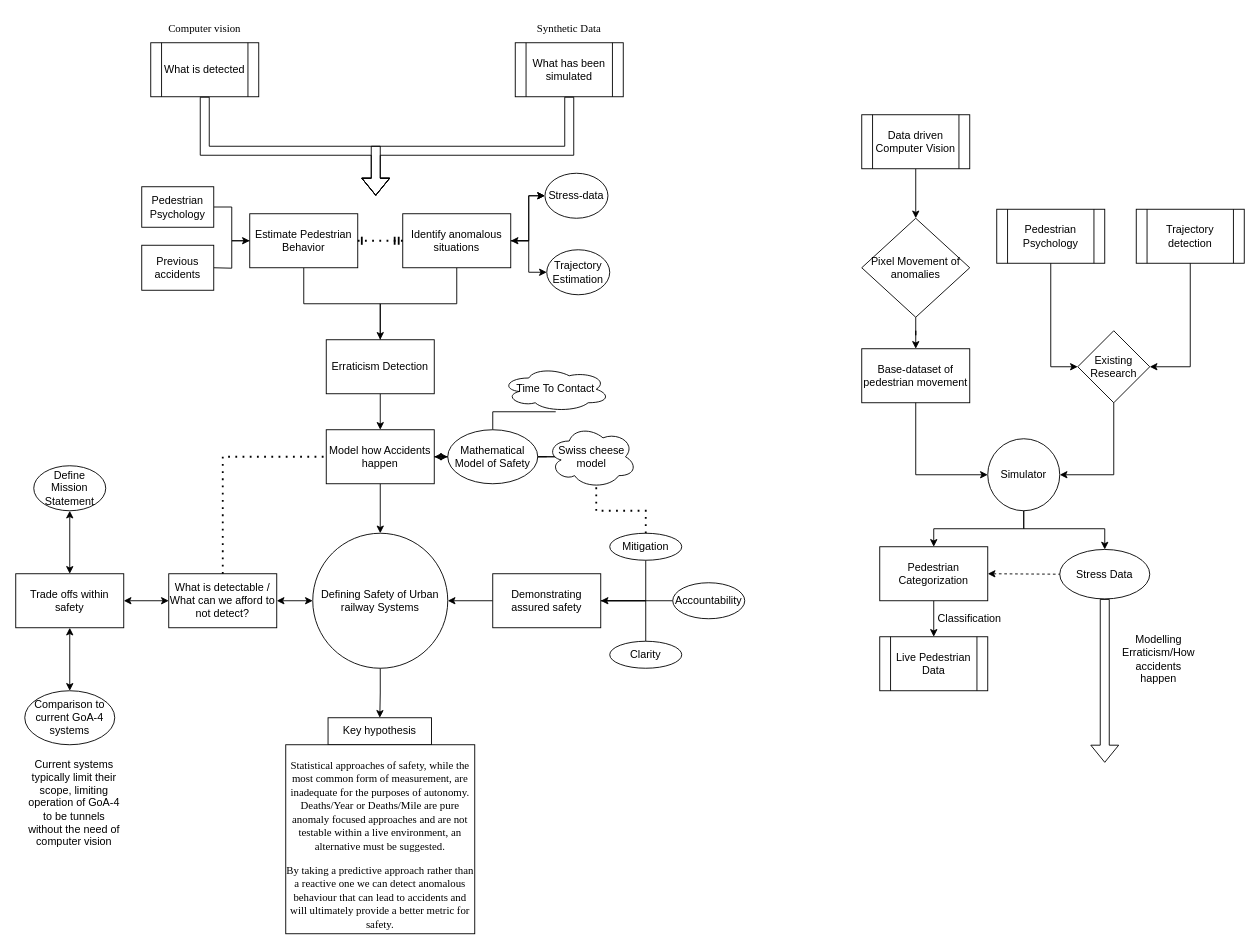
Earlier version of the draw.io diagram Untitled Diagram.drawio (TortoiseFather/SimpleRailwaySim). Source tidied: cells renumbered, new cells numbered last; positions are measured from the earlier drawing's top-left corner, leaving out a move shared by most shapes. Both pictures are drawn from the tidied source at 90%, with x=0, y=0 at pixel (15, 15).
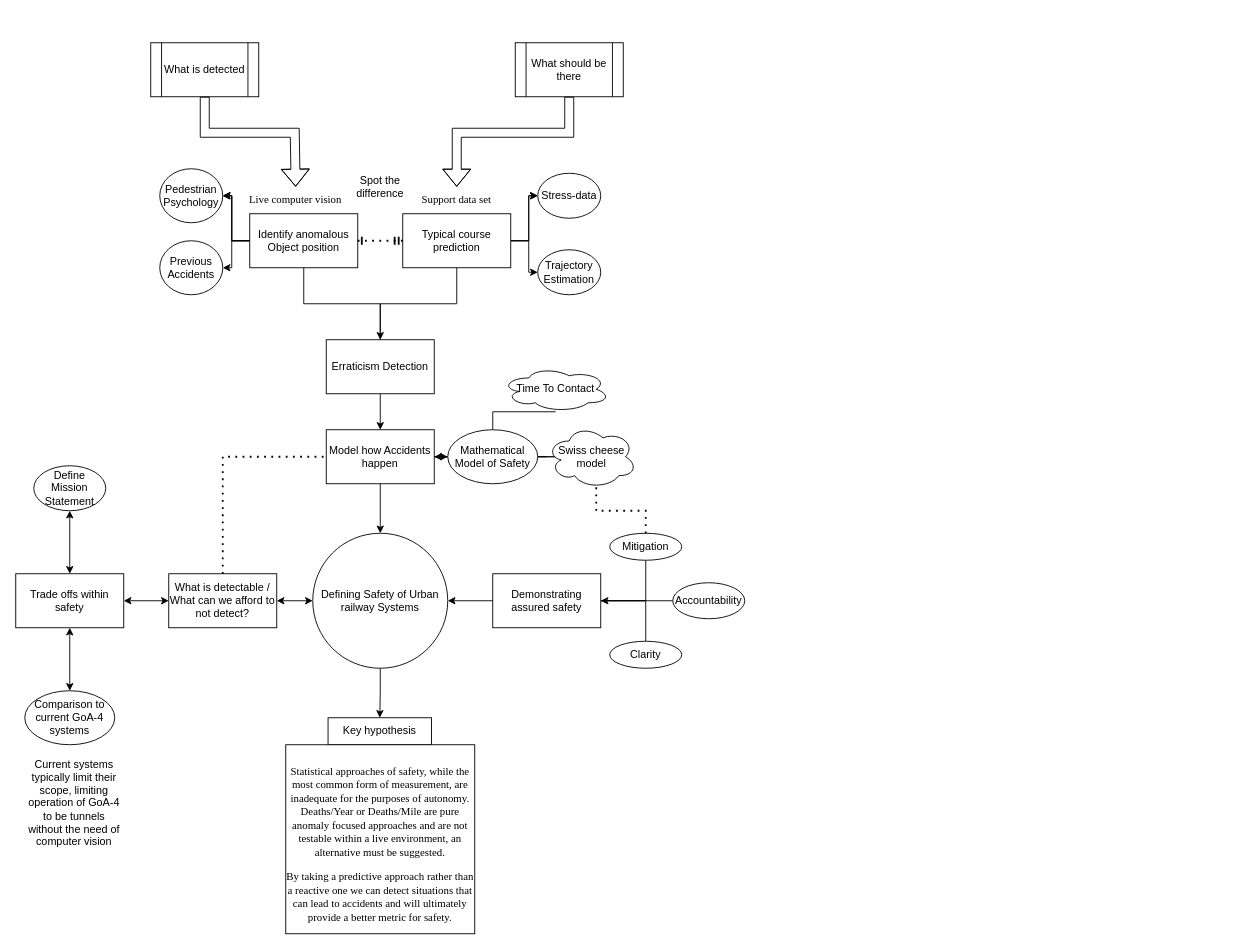
After the change.

The change refers to these unchanged cells:
```xml
<mxCell id="49" value="What is detected" style="shape=process;whiteSpace=wrap;html=1;backgroundOutline=1;" parent="1" vertex="1">
  <mxGeometry x="150" y="30" width="120" height="60" as="geometry" />
</mxCell>
```

Diff of the diagram source:
```diff
@@
+    <mxCell id="78" style="edgeStyle=orthogonalEdgeStyle;rounded=0;jettySize=auto;html=1;" parent="1" edge="1" source="15" target="80">
+      <mxGeometry relative="1" as="geometry" />
+    </mxCell>
+    <mxCell id="79" style="edgeStyle=orthogonalEdgeStyle;rounded=0;jettySize=auto;html=1;" parent="1" edge="1" source="15" target="80">
+      <mxGeometry relative="1" as="geometry" />
+    </mxCell>
-    <mxCell id="13" style="edgeStyle=orthogonalEdgeStyle;rounded=0;jettySize=auto;html=1;endArrow=none;endFill=0;startArrow=classic;startFill=1;" parent="1" edge="1" source="15" target="59">
+    <mxCell id="13" style="edgeStyle=orthogonalEdgeStyle;rounded=0;jettySize=auto;html=1;" parent="1" edge="1" source="15" target="80">
       <mxGeometry relative="1" as="geometry" />
     </mxCell>
-    <mxCell id="14" style="edgeStyle=orthogonalEdgeStyle;rounded=0;jettySize=auto;html=1;endArrow=none;endFill=0;" parent="1" edge="1" source="15">
-      <mxGeometry relative="1" as="geometry">
-        <mxPoint x="220" y="280" as="targetPoint" />
-      </mxGeometry>
+    <mxCell id="14" style="edgeStyle=orthogonalEdgeStyle;rounded=0;jettySize=auto;html=1;" parent="1" edge="1" source="15" target="81">
+      <mxGeometry relative="1" as="geometry" />
     </mxCell>
-    <mxCell id="15" value="Estimate Pedestrian Behavior" style="whiteSpace=wrap;html=1;" parent="1" vertex="1">
+    <mxCell id="15" value="Identify anomalous Object position" style="whiteSpace=wrap;html=1;" parent="1" vertex="1">
       <mxGeometry x="260" y="220" width="120" height="60" as="geometry" />
     </mxCell>
@@
-    <mxCell id="17" style="edgeStyle=orthogonalEdgeStyle;rounded=0;jettySize=auto;html=1;startArrow=classic;startFill=1;" parent="1" edge="1" source="19" target="24">
+    <mxCell id="17" style="edgeStyle=orthogonalEdgeStyle;rounded=0;jettySize=auto;html=1;" parent="1" edge="1" source="19" target="24">
       <mxGeometry relative="1" as="geometry" />
     </mxCell>
@@
-    <mxCell id="19" value="Identify anomalous situations" style="whiteSpace=wrap;html=1;" parent="1" vertex="1">
+    <mxCell id="19" value="Typical course prediction" style="whiteSpace=wrap;html=1;" parent="1" vertex="1">
       <mxGeometry x="430" y="220" width="120" height="60" as="geometry" />
     </mxCell>
+    <mxCell id="80" value="Pedestrian Psychology" style="ellipse;whiteSpace=wrap;html=1;" parent="1" vertex="1">
+      <mxGeometry x="160" y="170" width="70" height="60" as="geometry" />
+    </mxCell>
+    <mxCell id="81" value="Previous Accidents" style="ellipse;whiteSpace=wrap;html=1;" parent="1" vertex="1">
+      <mxGeometry x="160" y="250" width="70" height="60" as="geometry" />
+    </mxCell>
@@
     <mxCell id="24" value="Stress-data" style="ellipse;whiteSpace=wrap;html=1;" parent="1" vertex="1">
-      <mxGeometry x="588" y="175" width="70" height="50" as="geometry" />
+      <mxGeometry x="580" y="175" width="70" height="50" as="geometry" />
     </mxCell>
     <mxCell id="25" value="Trajectory Estimation" style="ellipse;whiteSpace=wrap;html=1;" parent="1" vertex="1">
-      <mxGeometry x="590" y="260" width="70" height="50" as="geometry" />
+      <mxGeometry x="580" y="260" width="70" height="50" as="geometry" />
     </mxCell>
@@
-    <mxCell id="39" value="&lt;p style=&quot;margin-bottom: 0cm; line-height: normal;&quot; class=&quot;MsoNormal&quot;&gt;&lt;font style=&quot;font-size: 12px;&quot; face=&quot;Times New Roman&quot;&gt;Statistical approaches of safety, while the most common form of measurement, are inadequate for the purposes of autonomy. Deaths/Year or Deaths/Mile are pure anomaly focused approaches and are not testable within a live environment, an alternative must be &lt;font style=&quot;font-size: 12px;&quot;&gt;suggested.&lt;/font&gt;&lt;/font&gt;&lt;/p&gt;&lt;p style=&quot;margin-bottom: 0cm; line-height: normal;&quot; class=&quot;MsoNormal&quot;&gt;&lt;font style=&quot;font-size: 12px;&quot; face=&quot;Times New Roman&quot;&gt;&lt;span style=&quot;&quot;&gt;By taking a predictive approach rather than a reactive one we can detect anomalous behaviour that can lead to accidents and will ultimately provide a better metric for safety.&lt;/span&gt;&lt;/font&gt;&lt;/p&gt;" style="whiteSpace=wrap;html=1;" parent="1" vertex="1">
+    <mxCell id="39" value="&lt;p style=&quot;margin-bottom: 0cm; line-height: normal;&quot; class=&quot;MsoNormal&quot;&gt;&lt;font style=&quot;font-size: 12px;&quot; face=&quot;Times New Roman&quot;&gt;Statistical approaches of safety, while the most common form of measurement, are inadequate for the purposes of autonomy. Deaths/Year or Deaths/Mile are pure anomaly focused approaches and are not testable within a live environment, an alternative must be &lt;font style=&quot;font-size: 12px;&quot;&gt;suggested.&lt;/font&gt;&lt;/font&gt;&lt;/p&gt;&lt;p style=&quot;margin-bottom: 0cm; line-height: normal;&quot; class=&quot;MsoNormal&quot;&gt;&lt;font style=&quot;font-size: 12px;&quot; face=&quot;Times New Roman&quot;&gt;&lt;span style=&quot;&quot;&gt;By taking a predictive approach rather than a reactive one we can detect situations that can lead to accidents and will ultimately provide a better metric for safety.&lt;/span&gt;&lt;/font&gt;&lt;/p&gt;" style="whiteSpace=wrap;html=1;" parent="1" vertex="1">
       <mxGeometry x="300" y="810" width="210" height="210" as="geometry" />
     </mxCell>
-    <mxCell id="40" value="&lt;font face=&quot;Times New Roman&quot;&gt;Computer vision&lt;/font&gt;" style="text;html=1;strokeColor=none;fillColor=none;align=center;verticalAlign=middle;whiteSpace=wrap;rounded=0;" parent="1" vertex="1">
-      <mxGeometry x="150" width="120" height="30" as="geometry" />
+    <mxCell id="40" value="&lt;font face=&quot;Times New Roman&quot;&gt;Live computer vision&lt;/font&gt;" style="text;html=1;strokeColor=none;fillColor=none;align=center;verticalAlign=middle;whiteSpace=wrap;rounded=0;" parent="1" vertex="1">
+      <mxGeometry x="251" y="190" width="120" height="30" as="geometry" />
     </mxCell>
-    <mxCell id="41" value="&lt;font face=&quot;Times New Roman&quot;&gt;Synthetic Data&lt;br&gt;&lt;/font&gt;" style="text;html=1;strokeColor=none;fillColor=none;align=center;verticalAlign=middle;whiteSpace=wrap;rounded=0;" parent="1" vertex="1">
-      <mxGeometry x="555" width="120" height="30" as="geometry" />
+    <mxCell id="41" value="&lt;font face=&quot;Times New Roman&quot;&gt;Support data set&lt;br&gt;&lt;/font&gt;" style="text;html=1;strokeColor=none;fillColor=none;align=center;verticalAlign=middle;whiteSpace=wrap;rounded=0;" parent="1" vertex="1">
+      <mxGeometry x="430" y="190" width="120" height="30" as="geometry" />
     </mxCell>
@@
-    <mxCell id="50" style="shape=flexArrow;endArrow=classic;html=1;rounded=0;exitX=0.5;exitY=1;exitDx=0;exitDy=0;" parent="1" edge="1" source="49">
+    <mxCell id="50" style="shape=flexArrow;endArrow=classic;html=1;rounded=0;exitX=0.5;exitY=1;exitDx=0;exitDy=0;entryX=0.5;entryY=0;entryDx=0;entryDy=0;" parent="1" edge="1" source="49" target="40">
       <mxGeometry relative="1" as="geometry">
-        <mxPoint x="400" y="200" as="targetPoint" />
         <Array as="points">
-          <mxPoint x="210" y="150" />
-          <mxPoint x="400" y="150" />
+          <mxPoint x="210" y="130" />
+          <mxPoint x="310" y="130" />
         </Array>
       </mxGeometry>
     </mxCell>
-    <mxCell id="51" value="What has been simulated" style="shape=process;whiteSpace=wrap;html=1;backgroundOutline=1;" parent="1" vertex="1">
+    <mxCell id="51" value="What should be there" style="shape=process;whiteSpace=wrap;html=1;backgroundOutline=1;" parent="1" vertex="1">
       <mxGeometry x="555" y="30" width="120" height="60" as="geometry" />
     </mxCell>
-    <mxCell id="52" style="shape=flexArrow;endArrow=classic;html=1;rounded=0;exitX=0.5;exitY=1;exitDx=0;exitDy=0;" parent="1" edge="1" source="51">
+    <mxCell id="52" style="shape=flexArrow;endArrow=classic;html=1;rounded=0;exitX=0.5;exitY=1;exitDx=0;exitDy=0;entryX=0.5;entryY=0;entryDx=0;entryDy=0;" parent="1" edge="1" source="51" target="41">
       <mxGeometry relative="1" as="geometry">
-        <mxPoint x="400" y="200" as="targetPoint" />
         <Array as="points">
-          <mxPoint x="615" y="150" />
-          <mxPoint x="400" y="150" />
+          <mxPoint x="615" y="130" />
+          <mxPoint x="490" y="130" />
         </Array>
       </mxGeometry>
     </mxCell>
-    <mxCell id="53" style="edgeStyle=orthogonalEdgeStyle;rounded=0;jettySize=auto;html=1;" parent="1" edge="1" source="54" target="56">
-      <mxGeometry relative="1" as="geometry" />
-    </mxCell>
-    <mxCell id="54" value="Data driven Computer Vision" style="shape=process;whiteSpace=wrap;html=1;backgroundOutline=1;" parent="1" vertex="1">
-      <mxGeometry x="940" y="110" width="120" height="60" as="geometry" />
-    </mxCell>
-    <mxCell id="55" style="edgeStyle=orthogonalEdgeStyle;rounded=0;jettySize=auto;html=1;" parent="1" edge="1" source="56" target="57">
-      <mxGeometry relative="1" as="geometry" />
-    </mxCell>
-    <mxCell id="56" value="Pixel Movement of anomalies" style="rhombus;whiteSpace=wrap;html=1;" parent="1" vertex="1">
-      <mxGeometry x="940" y="225" width="120" height="110" as="geometry" />
-    </mxCell>
-    <mxCell id="57" value="Base-dataset of pedestrian movement" style="whiteSpace=wrap;html=1;" parent="1" vertex="1">
-      <mxGeometry x="940" y="370" width="120" height="60" as="geometry" />
-    </mxCell>
-    <mxCell id="58" value="Pedestrian Psychology" style="shape=process;whiteSpace=wrap;html=1;backgroundOutline=1;" parent="1" vertex="1">
-      <mxGeometry x="1090" y="215" width="120" height="60" as="geometry" />
-    </mxCell>
-    <mxCell id="59" value="Pedestrian Psychology" style="rounded=0;whiteSpace=wrap;html=1;" parent="1" vertex="1">
-      <mxGeometry x="140" y="190" width="80" height="45" as="geometry" />
-    </mxCell>
-    <mxCell id="60" value="Previous accidents" style="rounded=0;whiteSpace=wrap;html=1;" parent="1" vertex="1">
-      <mxGeometry x="140" y="255" width="80" height="50" as="geometry" />
-    </mxCell>
-    <mxCell id="61" value="Trajectory detection" style="shape=process;whiteSpace=wrap;html=1;backgroundOutline=1;" parent="1" vertex="1">
-      <mxGeometry x="1245" y="215" width="120" height="60" as="geometry" />
-    </mxCell>
-    <mxCell id="62" value="Existing Research" style="rhombus;whiteSpace=wrap;html=1;" parent="1" vertex="1">
-      <mxGeometry x="1180" y="350" width="80" height="80" as="geometry" />
-    </mxCell>
-    <mxCell id="63" style="endArrow=classic;html=1;rounded=0;exitX=0.5;exitY=1;exitDx=0;exitDy=0;entryX=0;entryY=0.5;entryDx=0;entryDy=0;" parent="1" edge="1" source="58" target="62">
-      <mxGeometry relative="1" as="geometry">
-        <Array as="points">
-          <mxPoint x="1150" y="390" />
-        </Array>
-      </mxGeometry>
-    </mxCell>
-    <mxCell id="64" style="endArrow=classic;html=1;rounded=0;exitX=0.5;exitY=1;exitDx=0;exitDy=0;entryX=1;entryY=0.5;entryDx=0;entryDy=0;" parent="1" edge="1" source="61" target="62">
-      <mxGeometry relative="1" as="geometry">
-        <Array as="points">
-          <mxPoint x="1305" y="390" />
-        </Array>
-      </mxGeometry>
-    </mxCell>
-    <mxCell id="65" style="edgeStyle=orthogonalEdgeStyle;rounded=0;jettySize=auto;html=1;" parent="1" edge="1" source="66" target="70">
-      <mxGeometry relative="1" as="geometry" />
-    </mxCell>
-    <mxCell id="66" value="Simulator" style="ellipse;whiteSpace=wrap;html=1;" parent="1" vertex="1">
-      <mxGeometry x="1080" y="470" width="80" height="80" as="geometry" />
-    </mxCell>
-    <mxCell id="67" style="endArrow=classic;html=1;rounded=0;exitX=0.5;exitY=1;exitDx=0;exitDy=0;entryX=1;entryY=0.5;entryDx=0;entryDy=0;" parent="1" edge="1" source="62" target="66">
-      <mxGeometry relative="1" as="geometry">
-        <Array as="points">
-          <mxPoint x="1220" y="510" />
-        </Array>
-      </mxGeometry>
-    </mxCell>
-    <mxCell id="68" style="endArrow=classic;html=1;rounded=0;exitX=0.5;exitY=1;exitDx=0;exitDy=0;entryX=0;entryY=0.5;entryDx=0;entryDy=0;" parent="1" edge="1" source="57" target="66">
-      <mxGeometry relative="1" as="geometry">
-        <Array as="points">
-          <mxPoint x="1000" y="510" />
-        </Array>
-      </mxGeometry>
-    </mxCell>
-    <mxCell id="69" style="edgeStyle=orthogonalEdgeStyle;rounded=0;jettySize=auto;html=1;" parent="1" edge="1" source="70" target="71">
-      <mxGeometry relative="1" as="geometry" />
-    </mxCell>
-    <mxCell id="70" value="Pedestrian Categorization" style="rounded=0;whiteSpace=wrap;html=1;" parent="1" vertex="1">
-      <mxGeometry x="960" y="590" width="120" height="60" as="geometry" />
-    </mxCell>
-    <mxCell id="71" value="Live Pedestrian Data" style="shape=process;whiteSpace=wrap;html=1;backgroundOutline=1;" parent="1" vertex="1">
-      <mxGeometry x="960" y="690" width="120" height="60" as="geometry" />
-    </mxCell>
-    <mxCell id="72" value="Classification" style="text;html=1;strokeColor=none;fillColor=none;align=center;verticalAlign=middle;whiteSpace=wrap;rounded=0;" parent="1" vertex="1">
-      <mxGeometry x="1030" y="655" width="60" height="30" as="geometry" />
-    </mxCell>
-    <mxCell id="73" value="Stress Data" style="ellipse;whiteSpace=wrap;html=1;" parent="1" vertex="1">
-      <mxGeometry x="1160" y="593" width="100" height="55" as="geometry" />
-    </mxCell>
-    <mxCell id="74" style="endArrow=none;dashed=1;html=1;rounded=0;entryX=0;entryY=0.5;entryDx=0;entryDy=0;exitX=1;exitY=0.5;exitDx=0;exitDy=0;startArrow=classic;startFill=1;" parent="1" edge="1" source="70" target="73">
-      <mxGeometry relative="1" as="geometry" />
-    </mxCell>
-    <mxCell id="75" style="endArrow=classic;html=1;rounded=0;exitX=0.5;exitY=1;exitDx=0;exitDy=0;entryX=0.5;entryY=0;entryDx=0;entryDy=0;" parent="1" edge="1" source="66" target="73">
-      <mxGeometry relative="1" as="geometry">
-        <Array as="points">
-          <mxPoint x="1120" y="570" />
-          <mxPoint x="1210" y="570" />
-        </Array>
-      </mxGeometry>
-    </mxCell>
-    <mxCell id="76" style="shape=flexArrow;endArrow=classic;html=1;rounded=0;exitX=0.5;exitY=1;exitDx=0;exitDy=0;" parent="1" edge="1" source="73">
-      <mxGeometry relative="1" as="geometry">
-        <mxPoint x="1210" y="830" as="targetPoint" />
-      </mxGeometry>
-    </mxCell>
-    <mxCell id="77" value="Modelling Erraticism/How accidents happen" style="text;html=1;strokeColor=none;fillColor=none;align=center;verticalAlign=middle;whiteSpace=wrap;rounded=0;" parent="1" vertex="1">
-      <mxGeometry x="1240" y="700" width="60" height="30" as="geometry" />
-    </mxCell>
+    <mxCell id="82" value="Spot the difference" style="text;html=1;strokeColor=none;fillColor=none;align=center;verticalAlign=middle;whiteSpace=wrap;rounded=0;" parent="1" vertex="1">
+      <mxGeometry x="375" y="175" width="60" height="30" as="geometry" />
+    </mxCell>
```
